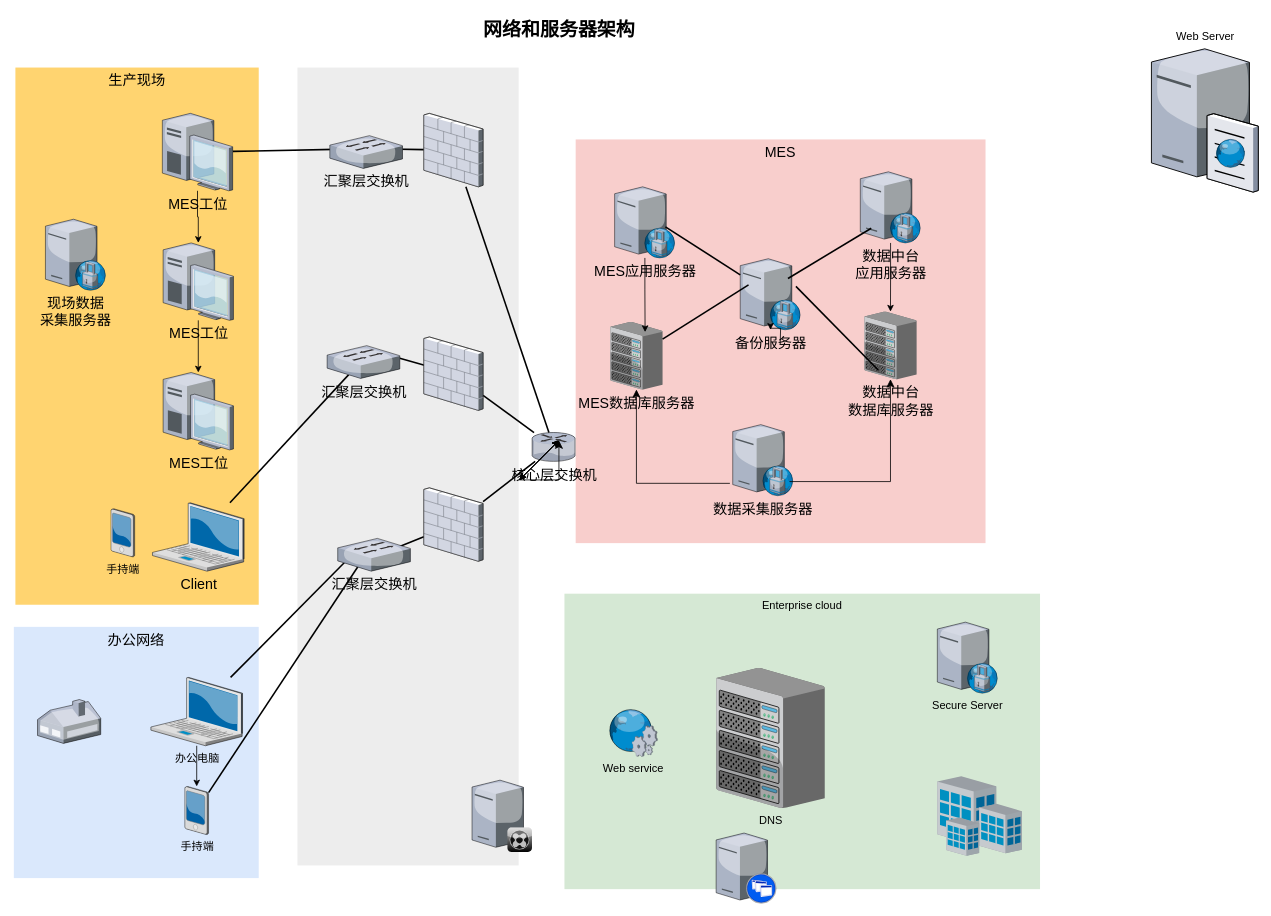
zqxiao/blog keeps this draw.io diagram as 未命名绘图.drawio. Above is the earlier version. Source tidied: cells renumbered, new cells numbered last; positions are measured from the earlier drawing's top-left corner, leaving out a move shared by most shapes. Both pictures are drawn from the tidied source at 79%, with x=0, y=0 at pixel (13, 13).
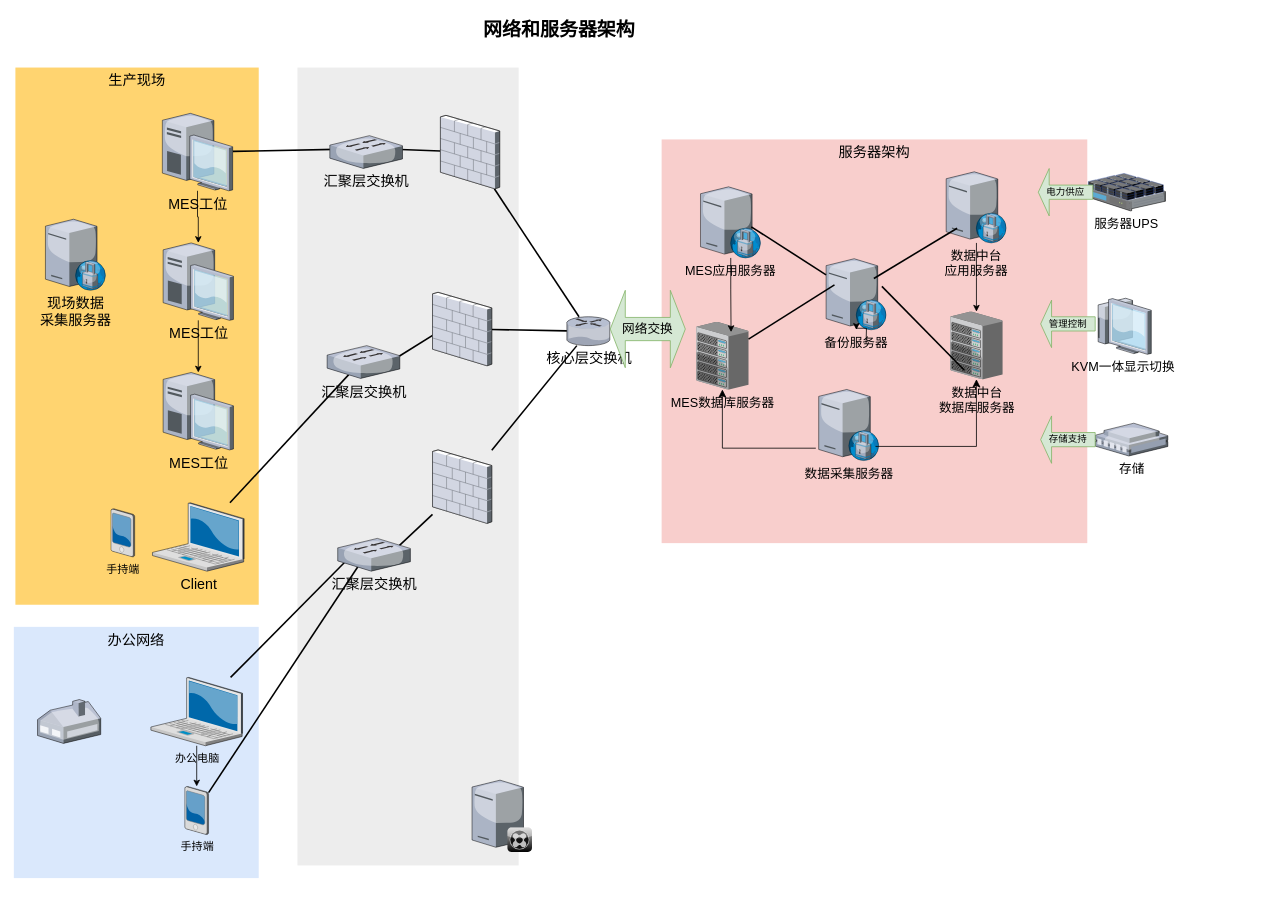
The same diagram, later.

Commit message (it also covers changes not shown here):
更新未命名绘图.drawio

Diff of the diagram source:
```diff
@@
-    <mxCell id="2" value="MES" style="whiteSpace=wrap;html=1;fillColor=#f8cecc;fontSize=18;strokeColor=none;verticalAlign=top;" parent="1" vertex="1">
-      <mxGeometry x="711.2" y="159" width="518.8" height="511" as="geometry" />
+    <mxCell id="2" value="服务器架构" style="whiteSpace=wrap;html=1;fillColor=#f8cecc;fontSize=18;strokeColor=none;verticalAlign=top;" parent="1" vertex="1">
+      <mxGeometry x="820" y="159" width="538.8" height="511" as="geometry" />
     </mxCell>
-    <mxCell id="3" value="Enterprise cloud" style="whiteSpace=wrap;html=1;fillColor=#d5e8d4;fontSize=14;strokeColor=none;verticalAlign=top;" parent="1" vertex="1">
-      <mxGeometry x="697" y="734" width="602" height="374" as="geometry" />
-    </mxCell>
@@
-    <mxCell id="21" style="verticalLabelPosition=bottom;html=1;verticalAlign=top;strokeColor=none;shape=mxgraph.citrix.xenapp_server;fillColor=#66B2FF;gradientColor=#0066CC;fontSize=14;" parent="1" vertex="1">
-      <mxGeometry x="889" y="1037" width="76" height="89" as="geometry" />
-    </mxCell>
@@
     <mxCell id="24" value="核心&lt;span style=&quot;background-color: transparent; color: light-dark(rgb(0, 0, 0), rgb(255, 255, 255));&quot;&gt;层交换机&lt;/span&gt;" style="verticalLabelPosition=bottom;html=1;verticalAlign=top;strokeColor=none;shape=mxgraph.citrix.router;fillColor=#66B2FF;gradientColor=#0066CC;fontSize=18;" parent="1" vertex="1">
-      <mxGeometry x="656" y="530" width="55" height="36.5" as="geometry" />
+      <mxGeometry x="700" y="383.5" width="55" height="36.5" as="geometry" />
     </mxCell>
-    <mxCell id="25" value="DNS" style="verticalLabelPosition=bottom;html=1;verticalAlign=top;strokeColor=none;shape=mxgraph.citrix.chassis;fillColor=#66B2FF;gradientColor=#0066CC;fontSize=14;" parent="1" vertex="1">
-      <mxGeometry x="889" y="828" width="137.5" height="177.5" as="geometry" />
-    </mxCell>
@@
     <mxCell id="27" style="verticalLabelPosition=bottom;html=1;verticalAlign=top;strokeColor=none;shape=mxgraph.citrix.firewall;fillColor=#66B2FF;gradientColor=#0066CC;fontSize=14;" parent="1" vertex="1">
-      <mxGeometry x="519" y="126" width="75" height="93" as="geometry" />
+      <mxGeometry x="540" y="128.5" width="75" height="93" as="geometry" />
     </mxCell>
@@
     <mxCell id="29" style="verticalLabelPosition=bottom;html=1;verticalAlign=top;strokeColor=none;shape=mxgraph.citrix.firewall;fillColor=#66B2FF;gradientColor=#0066CC;fontSize=14;" parent="1" vertex="1">
-      <mxGeometry x="519" y="409" width="75" height="93" as="geometry" />
+      <mxGeometry x="530" y="352.5" width="75" height="93" as="geometry" />
     </mxCell>
@@
     <mxCell id="31" style="verticalLabelPosition=bottom;html=1;verticalAlign=top;strokeColor=none;shape=mxgraph.citrix.firewall;fillColor=#66B2FF;gradientColor=#0066CC;fontSize=14;" parent="1" vertex="1">
-      <mxGeometry x="519" y="600" width="75" height="93" as="geometry" />
+      <mxGeometry x="530" y="552" width="75" height="93" as="geometry" />
     </mxCell>
@@
-    <mxCell id="33" value="Secure Server" style="verticalLabelPosition=bottom;html=1;verticalAlign=top;strokeColor=none;shape=mxgraph.citrix.proxy_server;fillColor=#66B2FF;gradientColor=#0066CC;fontSize=14;" parent="1" vertex="1">
-      <mxGeometry x="1169" y="770" width="76.5" height="90" as="geometry" />
-    </mxCell>
-    <mxCell id="34" value="Web service" style="verticalLabelPosition=bottom;html=1;verticalAlign=top;strokeColor=none;shape=mxgraph.citrix.web_service;fillColor=#66B2FF;gradientColor=#0066CC;fontSize=14;" parent="1" vertex="1">
-      <mxGeometry x="752" y="880" width="63" height="60" as="geometry" />
-    </mxCell>
-    <mxCell id="35" style="verticalLabelPosition=bottom;html=1;verticalAlign=top;strokeColor=none;shape=mxgraph.citrix.site;fillColor=#66B2FF;gradientColor=#0066CC;fontSize=14;" parent="1" vertex="1">
-      <mxGeometry x="1169" y="965" width="107" height="101" as="geometry" />
-    </mxCell>
@@
-    <mxCell id="39" value="Web Server" style="verticalLabelPosition=top;html=1;verticalAlign=bottom;strokeColor=none;shape=mxgraph.citrix.cache_server;fillColor=#66B2FF;gradientColor=#0066CC;fontSize=14;labelPosition=center;align=center;" parent="1" vertex="1">
-      <mxGeometry x="1440" y="40" width="135" height="185.4" as="geometry" />
-    </mxCell>
@@
-    <mxCell id="43" value="MES数据库服务器" style="verticalLabelPosition=bottom;html=1;verticalAlign=top;strokeColor=none;shape=mxgraph.citrix.chassis;fillColor=#66B2FF;gradientColor=#0066CC;fontSize=18;" parent="1" vertex="1">
-      <mxGeometry x="755" y="390" width="66.2" height="85.5" as="geometry" />
+    <mxCell id="43" value="MES数据库服务器" style="verticalLabelPosition=bottom;html=1;verticalAlign=top;strokeColor=none;shape=mxgraph.citrix.chassis;fillColor=#66B2FF;gradientColor=#0066CC;fontSize=16;" parent="1" vertex="1">
+      <mxGeometry x="863.8" y="390" width="66.2" height="85.5" as="geometry" />
     </mxCell>
-    <mxCell id="44" value="MES应用服务器" style="verticalLabelPosition=bottom;html=1;verticalAlign=top;strokeColor=none;shape=mxgraph.citrix.proxy_server;fillColor=#66B2FF;gradientColor=#0066CC;fontSize=18;" parent="1" vertex="1">
-      <mxGeometry x="760.5" y="219" width="76.5" height="90" as="geometry" />
+    <mxCell id="44" value="MES应用服务器" style="verticalLabelPosition=bottom;html=1;verticalAlign=top;strokeColor=none;shape=mxgraph.citrix.proxy_server;fillColor=#66B2FF;gradientColor=#0066CC;fontSize=16;" parent="1" vertex="1">
+      <mxGeometry x="869.2" y="219" width="76.5" height="90" as="geometry" />
     </mxCell>
-    <mxCell id="45" value="数据中台&lt;div&gt;数据库服务器&lt;/div&gt;" style="verticalLabelPosition=bottom;html=1;verticalAlign=top;strokeColor=none;shape=mxgraph.citrix.chassis;fillColor=#66B2FF;gradientColor=#0066CC;fontSize=18;" parent="1" vertex="1">
-      <mxGeometry x="1076.6" y="377" width="66.2" height="85.5" as="geometry" />
+    <mxCell id="45" value="数据中台&lt;div&gt;数据库服务器&lt;/div&gt;" style="verticalLabelPosition=bottom;html=1;verticalAlign=top;strokeColor=none;shape=mxgraph.citrix.chassis;fillColor=#66B2FF;gradientColor=#0066CC;fontSize=16;" parent="1" vertex="1">
+      <mxGeometry x="1185.4" y="377" width="66.2" height="85.5" as="geometry" />
     </mxCell>
@@
-    <mxCell id="47" value="数据中台&lt;div&gt;应用服务器&lt;/div&gt;" style="verticalLabelPosition=bottom;html=1;verticalAlign=top;strokeColor=none;shape=mxgraph.citrix.proxy_server;fillColor=#66B2FF;gradientColor=#0066CC;fontSize=18;" parent="1" vertex="1">
-      <mxGeometry x="1071.5" y="200" width="76.5" height="90" as="geometry" />
+    <mxCell id="47" value="数据中台&lt;div&gt;应用服务器&lt;/div&gt;" style="verticalLabelPosition=bottom;html=1;verticalAlign=top;strokeColor=none;shape=mxgraph.citrix.proxy_server;fillColor=#66B2FF;gradientColor=#0066CC;fontSize=16;" parent="1" vertex="1">
+      <mxGeometry x="1180.2" y="200" width="76.5" height="90" as="geometry" />
     </mxCell>
@@
-    <mxCell id="49" value="备份服务器" style="verticalLabelPosition=bottom;html=1;verticalAlign=top;strokeColor=none;shape=mxgraph.citrix.proxy_server;fillColor=#66B2FF;gradientColor=#0066CC;fontSize=18;" parent="1" vertex="1">
-      <mxGeometry x="919.5" y="310" width="76.5" height="90" as="geometry" />
+    <mxCell id="49" value="备份服务器" style="verticalLabelPosition=bottom;html=1;verticalAlign=top;strokeColor=none;shape=mxgraph.citrix.proxy_server;fillColor=#66B2FF;gradientColor=#0066CC;fontSize=16;" parent="1" vertex="1">
+      <mxGeometry x="1028.2" y="310" width="76.5" height="90" as="geometry" />
     </mxCell>
     <mxCell id="50" style="edgeStyle=orthogonalEdgeStyle;rounded=0;jettySize=auto;html=1;" parent="1" edge="1" target="49">
       <mxGeometry relative="1" as="geometry">
-        <mxPoint x="970.1" y="418" as="sourcePoint" />
+        <mxPoint x="1078.8" y="418" as="sourcePoint" />
       </mxGeometry>
     </mxCell>
-    <mxCell id="51" style="endArrow=classic;startArrow=classic;html=1;rounded=0;" parent="1" edge="1">
-      <mxGeometry relative="1" as="geometry">
-        <mxPoint x="640" y="590" as="sourcePoint" />
-        <mxPoint x="690" y="540" as="targetPoint" />
-      </mxGeometry>
-    </mxCell>
-    <mxCell id="52" style="endArrow=classic;startArrow=classic;html=1;rounded=0;" parent="1" edge="1">
-      <mxGeometry relative="1" as="geometry">
-        <mxPoint x="640" y="590" as="sourcePoint" />
-        <mxPoint x="690" y="540" as="targetPoint" />
-      </mxGeometry>
-    </mxCell>
-    <mxCell id="53" style="endArrow=classic;startArrow=classic;html=1;rounded=0;" parent="1" edge="1">
-      <mxGeometry relative="1" as="geometry">
-        <mxPoint x="640" y="590" as="sourcePoint" />
-        <mxPoint x="690" y="540" as="targetPoint" />
-      </mxGeometry>
-    </mxCell>
-    <mxCell id="54" style="endArrow=classic;startArrow=classic;html=1;rounded=0;" parent="1" edge="1">
-      <mxGeometry relative="1" as="geometry">
-        <mxPoint x="640" y="590" as="sourcePoint" />
-        <mxPoint x="690" y="540" as="targetPoint" />
-      </mxGeometry>
-    </mxCell>
-    <mxCell id="55" style="endArrow=classic;startArrow=classic;html=1;rounded=0;" parent="1" edge="1">
-      <mxGeometry relative="1" as="geometry">
-        <mxPoint x="640" y="590" as="sourcePoint" />
-        <mxPoint x="690" y="540" as="targetPoint" />
-      </mxGeometry>
-    </mxCell>
@@
     <mxCell id="58" style="edgeStyle=none;rounded=0;html=1;startSize=10;endSize=10;jettySize=auto;fontSize=14;endArrow=none;endFill=0;strokeWidth=2;exitX=0.269;exitY=0.867;exitDx=0;exitDy=0;exitPerimeter=0;entryX=0.79;entryY=0.278;entryDx=0;entryDy=0;entryPerimeter=0;" parent="1" edge="1" source="45">
       <mxGeometry relative="1" as="geometry">
-        <mxPoint x="990" y="345" as="targetPoint" />
+        <mxPoint x="1098.8" y="345" as="targetPoint" />
       </mxGeometry>
     </mxCell>
     <mxCell id="59" style="edgeStyle=none;rounded=0;html=1;startSize=10;endSize=10;jettySize=auto;fontSize=14;endArrow=none;endFill=0;strokeWidth=2;" parent="1" edge="1" source="43">
       <mxGeometry relative="1" as="geometry">
-        <mxPoint x="930" y="343" as="targetPoint" />
+        <mxPoint x="1038.8" y="343" as="targetPoint" />
       </mxGeometry>
     </mxCell>
-    <mxCell id="60" value="数据采集服务器" style="verticalLabelPosition=bottom;html=1;verticalAlign=top;strokeColor=none;shape=mxgraph.citrix.proxy_server;fillColor=#66B2FF;gradientColor=#0066CC;fontSize=18;" parent="1" vertex="1">
-      <mxGeometry x="910" y="520" width="76.5" height="90" as="geometry" />
+    <mxCell id="60" value="数据采集服务器" style="verticalLabelPosition=bottom;html=1;verticalAlign=top;strokeColor=none;shape=mxgraph.citrix.proxy_server;fillColor=#66B2FF;gradientColor=#0066CC;fontSize=16;" parent="1" vertex="1">
+      <mxGeometry x="1018.8" y="475.5" width="76.5" height="90" as="geometry" />
     </mxCell>
-    <mxCell id="61" style="edgeStyle=segmentEdgeStyle;endArrow=classic;html=1;curved=0;rounded=0;endSize=8;startSize=8;" parent="1" edge="1">
-      <mxGeometry relative="1" as="geometry">
-        <mxPoint x="640" y="590" as="sourcePoint" />
-        <mxPoint x="690" y="540" as="targetPoint" />
-      </mxGeometry>
-    </mxCell>
@@
+    <mxCell id="65" value="KVM一体显示切换" style="verticalLabelPosition=bottom;sketch=0;html=1;verticalAlign=top;strokeColor=none;align=center;shape=mxgraph.citrix.thin_client;fontSize=16;" parent="1" vertex="1">
+      <mxGeometry x="1368.8" y="360" width="71" height="71" as="geometry" />
+    </mxCell>
+    <mxCell id="66" value="服务器UPS" style="verticalLabelPosition=bottom;sketch=0;html=1;verticalAlign=top;strokeColor=none;align=center;shape=mxgraph.citrix.netscaler_sdx;fontSize=16;" parent="1" vertex="1">
+      <mxGeometry x="1357.8" y="202" width="100" height="47.5" as="geometry" />
+    </mxCell>
+    <mxCell id="67" value="电力供应" style="shape=singleArrow;direction=west;whiteSpace=wrap;html=1;fillColor=#d5e8d4;strokeColor=#82b366;" parent="1" vertex="1">
+      <mxGeometry x="1296.8" y="195.8" width="69" height="60" as="geometry" />
+    </mxCell>
+    <mxCell id="68" value="管理控制" style="shape=singleArrow;direction=west;whiteSpace=wrap;html=1;fillColor=#d5e8d4;strokeColor=#82b366;" parent="1" vertex="1">
+      <mxGeometry x="1299.8" y="362.5" width="69" height="60" as="geometry" />
+    </mxCell>
+    <mxCell id="69" value="存储" style="verticalLabelPosition=bottom;sketch=0;html=1;verticalAlign=top;strokeColor=none;align=center;shape=mxgraph.citrix.remote_office;fontSize=16;" parent="1" vertex="1">
+      <mxGeometry x="1368.8" y="518.2" width="92" height="41.5" as="geometry" />
+    </mxCell>
+    <mxCell id="70" value="存储支持" style="shape=singleArrow;direction=west;whiteSpace=wrap;html=1;fillColor=#d5e8d4;strokeColor=#82b366;" parent="1" vertex="1">
+      <mxGeometry x="1299.8" y="509" width="69" height="60" as="geometry" />
+    </mxCell>
+    <mxCell id="71" value="网络交换" style="shape=doubleArrow;whiteSpace=wrap;html=1;fillColor=#d5e8d4;strokeColor=#82b366;fontSize=16;" parent="1" vertex="1">
+      <mxGeometry x="755" y="350" width="95" height="98" as="geometry" />
+    </mxCell>
```
